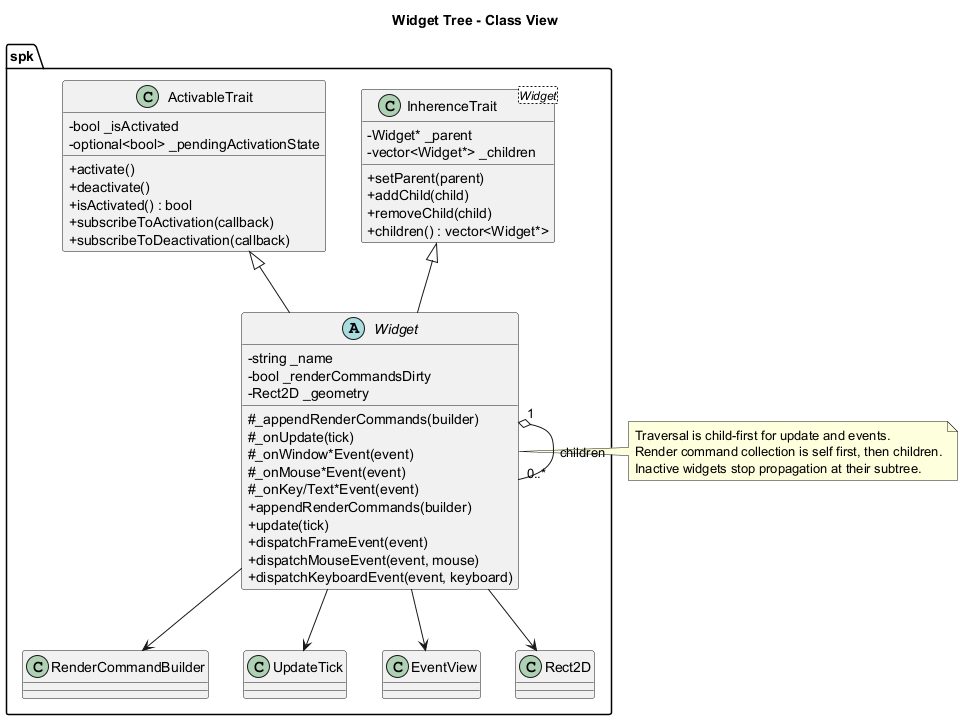
Earlier version of the PlantUML export documentation/architecture/diagrams/widget-tree-class.png (Hyarius/Sparkle).
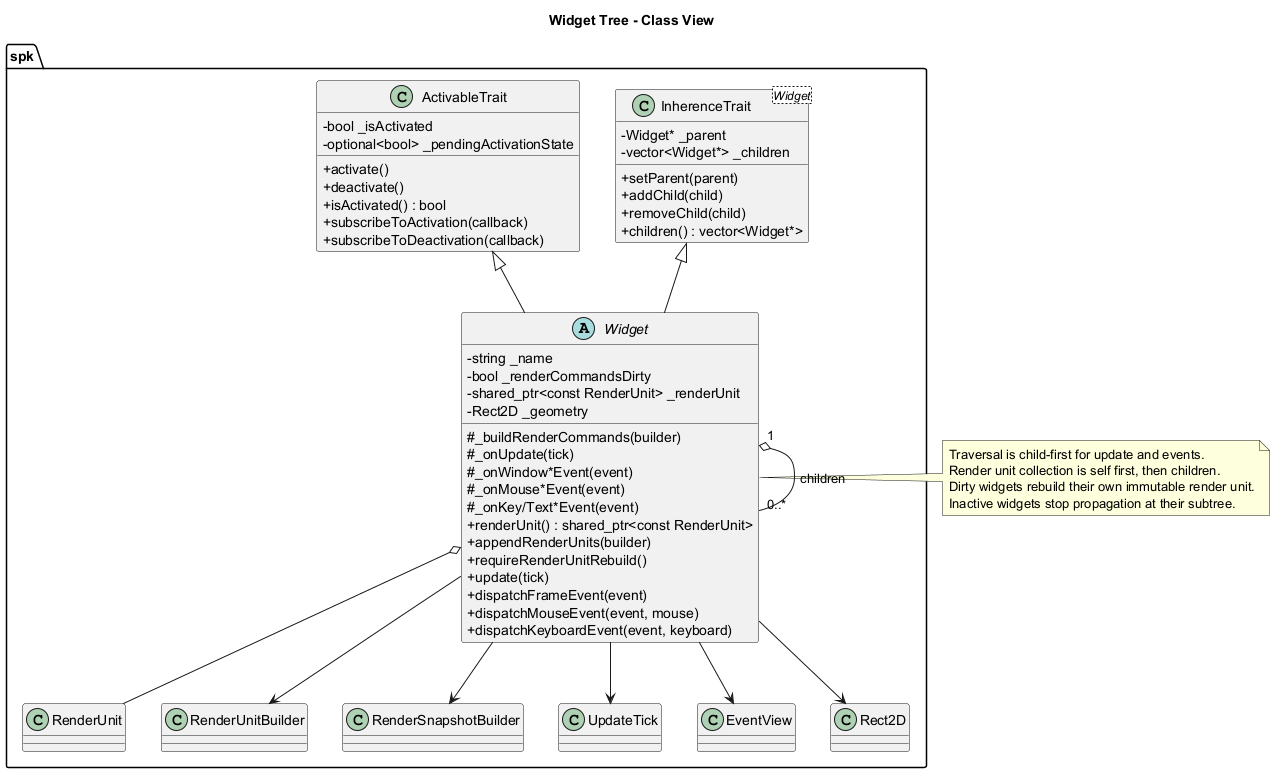
The same file after the commit.

Diff of the diagram source:
```diff
@@ -26,20 +26,25 @@
 	abstract class Widget {
 		- string _name
 		- bool _renderCommandsDirty
+		- shared_ptr<const RenderUnit> _renderUnit
 		- Rect2D _geometry
-		# _appendRenderCommands(builder)
+		# _buildRenderCommands(builder)
 		# _onUpdate(tick)
 		# _onWindow*Event(event)
 		# _onMouse*Event(event)
 		# _onKey/Text*Event(event)
-		+ appendRenderCommands(builder)
+		+ renderUnit() : shared_ptr<const RenderUnit>
+		+ appendRenderUnits(builder)
+		+ requireRenderUnitRebuild()
 		+ update(tick)
 		+ dispatchFrameEvent(event)
 		+ dispatchMouseEvent(event, mouse)
 		+ dispatchKeyboardEvent(event, keyboard)
 	}
 
-	class RenderCommandBuilder
+	class RenderUnit
+	class RenderUnitBuilder
+	class RenderSnapshotBuilder
 	class UpdateTick
 	class EventView
 	class Rect2D
@@ -48,14 +53,17 @@
 spk.InherenceTraitWidget <|-- spk.Widget
 spk.ActivableTrait <|-- spk.Widget
 spk.Widget "1" o-- "0..*" spk.Widget : children
-spk.Widget --> spk.RenderCommandBuilder
+spk.Widget --> spk.RenderUnitBuilder
+spk.Widget --> spk.RenderSnapshotBuilder
+spk.Widget o-- spk.RenderUnit
 spk.Widget --> spk.UpdateTick
 spk.Widget --> spk.EventView
 spk.Widget --> spk.Rect2D
 
 note right of spk.Widget
 Traversal is child-first for update and events.
-Render command collection is self first, then children.
+Render unit collection is self first, then children.
+Dirty widgets rebuild their own immutable render unit.
 Inactive widgets stop propagation at their subtree.
 end note
 
```
